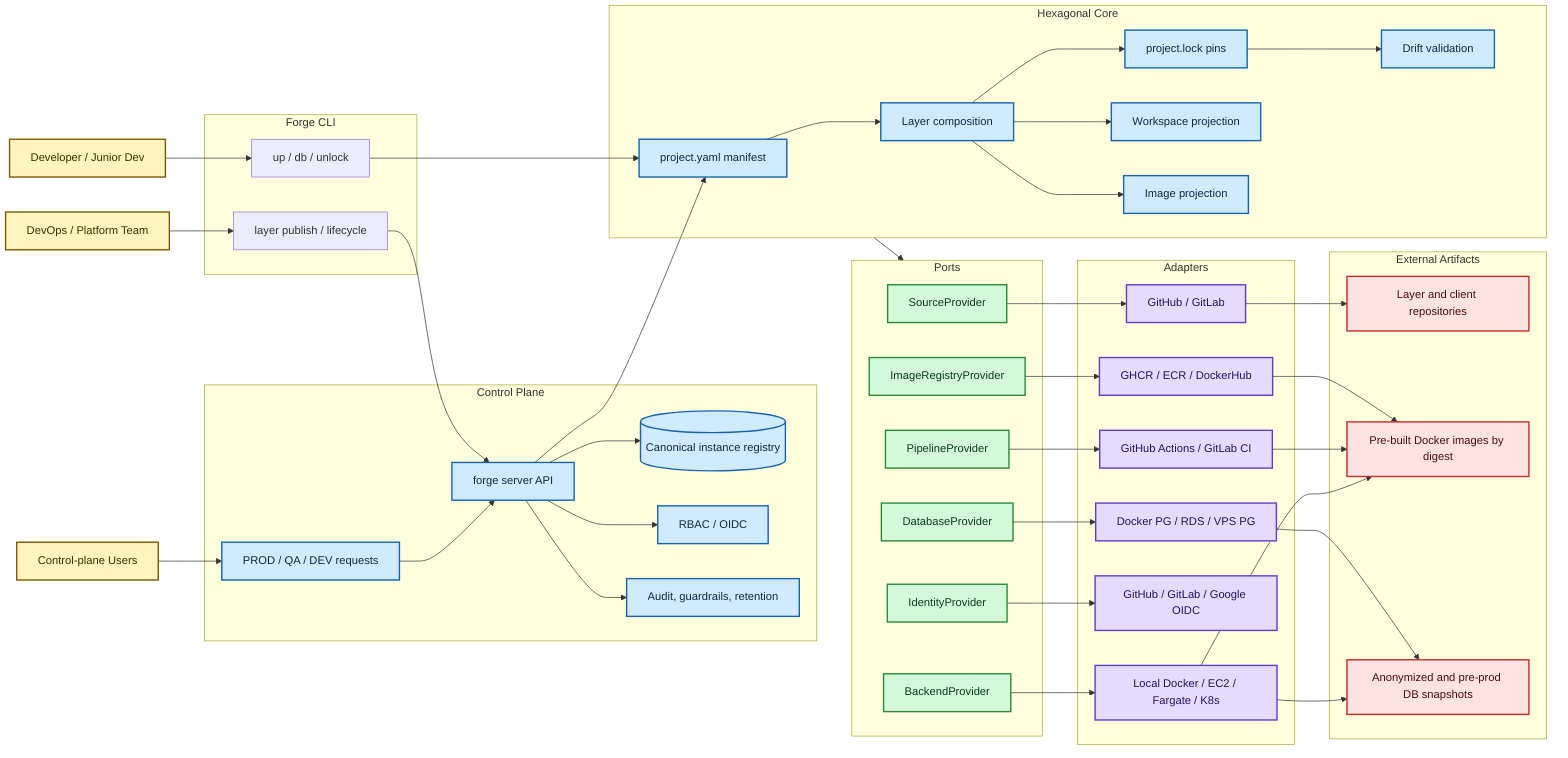
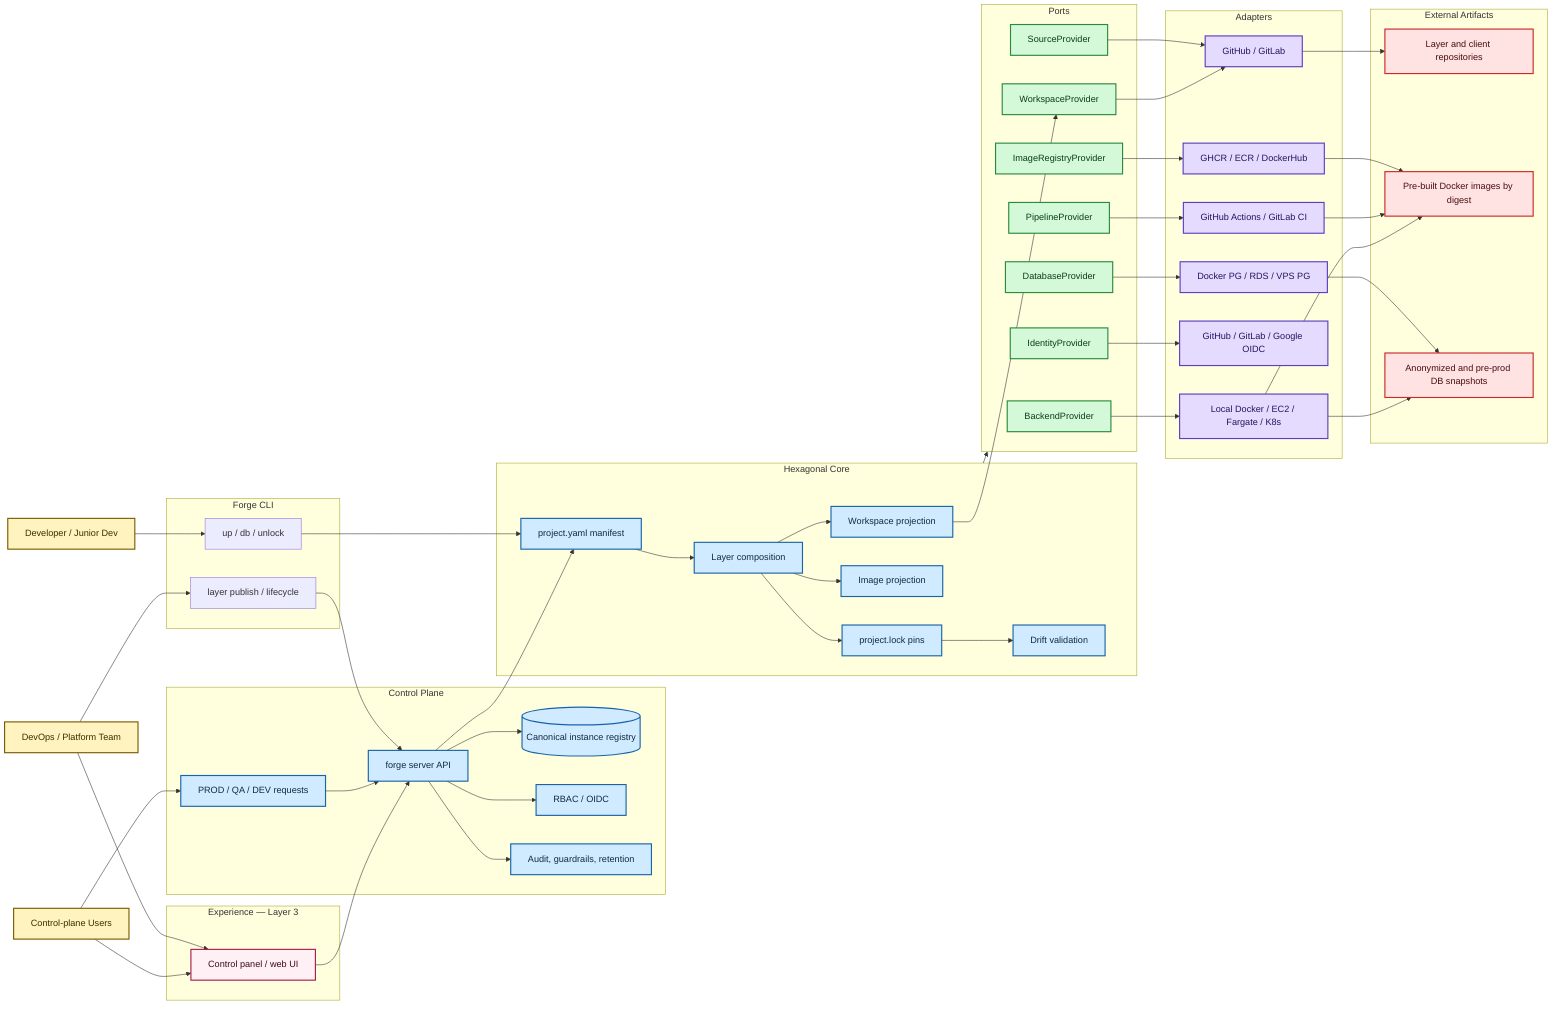
flowchart LR
    dev[Developer / Junior Dev]
    ops[DevOps / Platform Team]
    users[Control-plane Users]

    subgraph cli[Forge CLI]
        cliDev[up / db / unlock]
        cliOps[layer publish / lifecycle]
    end

    subgraph control[Control Plane]
        api[forge server API]
        registry[(Canonical instance registry)]
        rbac[RBAC / OIDC]
        governance[Audit, guardrails, retention]
        requests[PROD / QA / DEV requests]
    end

    subgraph core[Hexagonal Core]
        manifest[project.yaml manifest]
        lockfile[project.lock pins]
        composition[Layer composition]
        workspace[Workspace projection]
        images[Image projection]
        drift[Drift validation]
    end

    subgraph ports[Ports]
        sourcePort[SourceProvider]
+         workspacePort[WorkspaceProvider]
        imagePort[ImageRegistryProvider]
        dbPort[DatabaseProvider]
        backendPort[BackendProvider]
        identityPort[IdentityProvider]
        pipelinePort[PipelineProvider]
    end

    subgraph adapters[Adapters]
        git[GitHub / GitLab]
        ghcr[GHCR / ECR / DockerHub]
        dbs[Docker PG / RDS / VPS PG]
        targets[Local Docker / EC2 / Fargate / K8s]
        oidc[GitHub / GitLab / Google OIDC]
        ci[GitHub Actions / GitLab CI]
+     end
+ 
+     subgraph experience[Experience — Layer 3]
+         controlPanel[Control panel / web UI]
    end

    subgraph artifacts[External Artifacts]
        repos[Layer and client repositories]
        imagesStore[Pre-built Docker images by digest]
        snapshots[Anonymized and pre-prod DB snapshots]
    end

    dev --> cliDev --> manifest
    ops --> cliOps --> api
    users --> requests --> api
    api --> registry
    api --> rbac
    api --> governance
    api --> manifest
    manifest --> composition --> lockfile
    composition --> workspace
    composition --> images
    lockfile --> drift
    core --> ports
    sourcePort --> git --> repos
+     workspace --> workspacePort --> git
    imagePort --> ghcr --> imagesStore
    dbPort --> dbs --> snapshots
    backendPort --> targets
    identityPort --> oidc
    pipelinePort --> ci
    ci --> imagesStore
    targets --> imagesStore
    targets --> snapshots
+     ops --> controlPanel --> api
+     users --> controlPanel

    classDef actor fill:#FFF3BF,stroke:#7C5C00,stroke-width:2px,color:#3B2F00
    classDef core fill:#D0EBFF,stroke:#1864AB,stroke-width:2px,color:#102A43
    classDef port fill:#D3F9D8,stroke:#2B8A3E,stroke-width:2px,color:#0B3D1B
    classDef adapter fill:#E5DBFF,stroke:#5F3DC4,stroke-width:2px,color:#27145E
    classDef data fill:#FFE3E3,stroke:#C92A2A,stroke-width:2px,color:#4A0D0D
+     classDef experience fill:#FFF0F6,stroke:#A61E4D,stroke-width:2px,color:#3D0A20
    class dev,ops,users actor
    class manifest,lockfile,composition,workspace,images,drift,api,registry,rbac,governance,requests core
-     class sourcePort,imagePort,dbPort,backendPort,identityPort,pipelinePort port
+     class sourcePort,workspacePort,imagePort,dbPort,backendPort,identityPort,pipelinePort port
    class git,ghcr,dbs,targets,oidc,ci adapter
+     class controlPanel experience
    class repos,imagesStore,snapshots data
